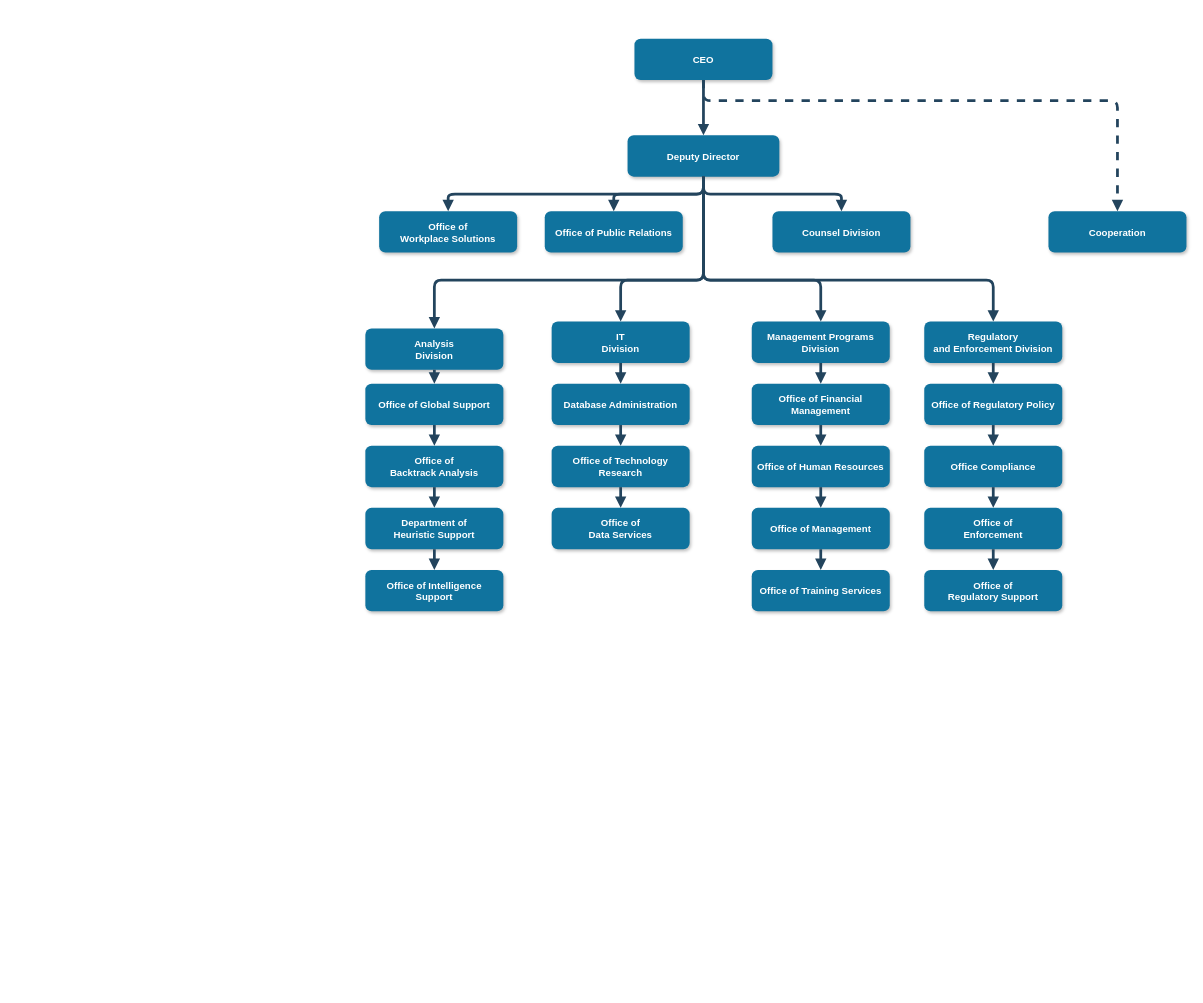
Before: Untitled Diagram.drawio in sarojkumar999/3D_Point, a draw.io diagram. Source tidied: cells renumbered, new cells numbered last; positions are measured from the earlier drawing's top-left corner, leaving out a move shared by most shapes. Both pictures are drawn from the tidied source at 69%, with x=0, y=0 at pixel (365, 39).
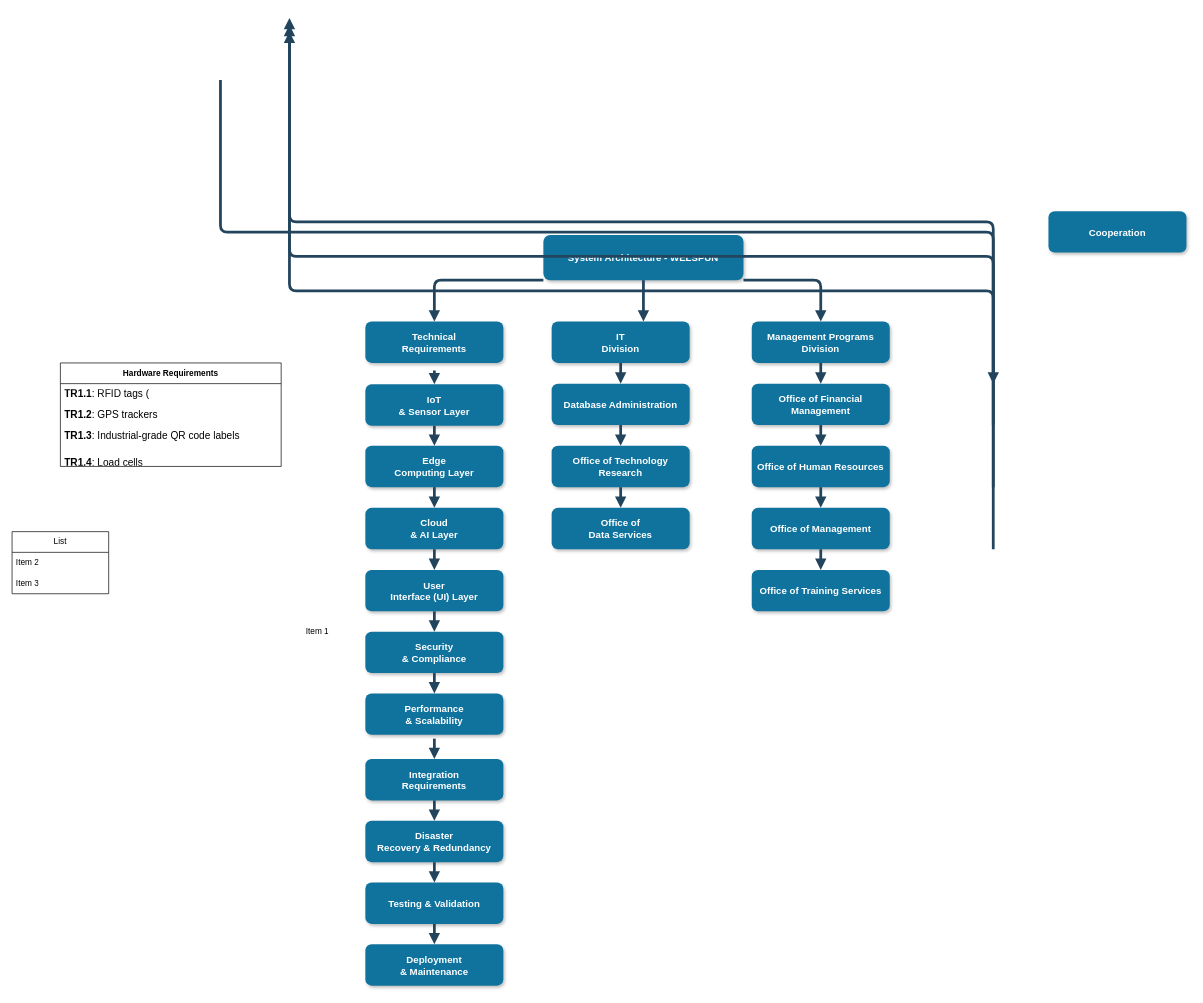
The same page after the edit.

The change refers to these unchanged cells:
```xml
<mxCell id="7" value="Cooperation" style="rounded=1;fillColor=#10739E;strokeColor=none;shadow=1;gradientColor=none;fontStyle=1;fontColor=#FFFFFF;fontSize=14;" parent="1" vertex="1">
  <mxGeometry x="990" y="249.5" width="200" height="60" as="geometry" />
</mxCell>
```

Change to the diagram source:
```diff
@@
-    <mxCell id="2" value="CEO" style="rounded=1;fillColor=#10739E;strokeColor=none;shadow=1;gradientColor=none;fontStyle=1;fontColor=#FFFFFF;fontSize=14;" parent="1" vertex="1">
-      <mxGeometry x="390" y="-0.5" width="200" height="60" as="geometry" />
-    </mxCell>
-    <mxCell id="3" value="Deputy Director" style="rounded=1;fillColor=#10739E;strokeColor=none;shadow=1;gradientColor=none;fontStyle=1;fontColor=#FFFFFF;fontSize=14;" parent="1" vertex="1">
-      <mxGeometry x="380" y="139.5" width="220" height="60" as="geometry" />
+    <mxCell id="3" value="System Architecture - WELSPUN" style="rounded=1;fillColor=#10739E;strokeColor=none;shadow=1;gradientColor=none;fontStyle=1;fontColor=#FFFFFF;fontSize=14;" parent="1" vertex="1">
+      <mxGeometry x="258" y="284" width="290" height="65.5" as="geometry" />
     </mxCell>
-    <mxCell id="4" value="Office of &#10;Workplace Solutions" style="rounded=1;fillColor=#10739E;strokeColor=none;shadow=1;gradientColor=none;fontStyle=1;fontColor=#FFFFFF;fontSize=14;" parent="1" vertex="1">
-      <mxGeometry x="20" y="249.5" width="200" height="60" as="geometry" />
-    </mxCell>
-    <mxCell id="5" value="Office of Public Relations" style="rounded=1;fillColor=#10739E;strokeColor=none;shadow=1;gradientColor=none;fontStyle=1;fontColor=#FFFFFF;fontSize=14;" parent="1" vertex="1">
-      <mxGeometry x="260" y="249.5" width="200" height="60" as="geometry" />
-    </mxCell>
-    <mxCell id="6" value="Counsel Division" style="rounded=1;fillColor=#10739E;strokeColor=none;shadow=1;gradientColor=none;fontStyle=1;fontColor=#FFFFFF;fontSize=14;" parent="1" vertex="1">
-      <mxGeometry x="590" y="249.5" width="200" height="60" as="geometry" />
-    </mxCell>
@@
-    <mxCell id="8" value="Analysis &#10;Division" style="rounded=1;fillColor=#10739E;strokeColor=none;shadow=1;gradientColor=none;fontStyle=1;fontColor=#FFFFFF;fontSize=14;" parent="1" vertex="1">
-      <mxGeometry y="419.5" width="200" height="60" as="geometry" />
+    <mxCell id="8" value="Technical&#10;Requirements" style="rounded=1;fillColor=#10739E;strokeColor=none;shadow=1;gradientColor=none;fontStyle=1;fontColor=#FFFFFF;fontSize=14;" parent="1" vertex="1">
+      <mxGeometry y="409.5" width="200" height="60" as="geometry" />
     </mxCell>
-    <mxCell id="9" value="Office of Global Support" style="rounded=1;fillColor=#10739E;strokeColor=none;shadow=1;gradientColor=none;fontStyle=1;fontColor=#FFFFFF;fontSize=14;" parent="1" vertex="1">
-      <mxGeometry y="499.5" width="200" height="60" as="geometry" />
+    <mxCell id="9" value="IoT&#10;&amp; Sensor Layer" style="rounded=1;fillColor=#10739E;strokeColor=none;shadow=1;gradientColor=none;fontStyle=1;fontColor=#FFFFFF;fontSize=14;" parent="1" vertex="1">
+      <mxGeometry y="500.5" width="200" height="60" as="geometry" />
     </mxCell>
-    <mxCell id="10" value="Office of &#10;Backtrack Analysis" style="rounded=1;fillColor=#10739E;strokeColor=none;shadow=1;gradientColor=none;fontStyle=1;fontColor=#FFFFFF;fontSize=14;" parent="1" vertex="1">
+    <mxCell id="10" value="Edge&#10;Computing Layer" style="rounded=1;fillColor=#10739E;strokeColor=none;shadow=1;gradientColor=none;fontStyle=1;fontColor=#FFFFFF;fontSize=14;" parent="1" vertex="1">
       <mxGeometry y="589.5" width="200" height="60" as="geometry" />
     </mxCell>
-    <mxCell id="11" value="Department of &#10;Heuristic Support" style="rounded=1;fillColor=#10739E;strokeColor=none;shadow=1;gradientColor=none;fontStyle=1;fontColor=#FFFFFF;fontSize=14;" parent="1" vertex="1">
+    <mxCell id="11" value="Cloud&#10;&amp; AI Layer" style="rounded=1;fillColor=#10739E;strokeColor=none;shadow=1;gradientColor=none;fontStyle=1;fontColor=#FFFFFF;fontSize=14;" parent="1" vertex="1">
       <mxGeometry y="679.5" width="200" height="60" as="geometry" />
     </mxCell>
-    <mxCell id="12" value="Office of Intelligence &#10;Support" style="rounded=1;fillColor=#10739E;strokeColor=none;shadow=1;gradientColor=none;fontStyle=1;fontColor=#FFFFFF;fontSize=14;" parent="1" vertex="1">
+    <mxCell id="12" value="User&#10;Interface (UI) Layer" style="rounded=1;fillColor=#10739E;strokeColor=none;shadow=1;gradientColor=none;fontStyle=1;fontColor=#FFFFFF;fontSize=14;" parent="1" vertex="1">
       <mxGeometry y="769.5" width="200" height="60" as="geometry" />
     </mxCell>
@@
-    <mxCell id="22" value="Regulatory &#10;and Enforcement Division" style="rounded=1;fillColor=#10739E;strokeColor=none;shadow=1;gradientColor=none;fontStyle=1;fontColor=#FFFFFF;fontSize=14;" parent="1" vertex="1">
-      <mxGeometry x="810" y="409.5" width="200" height="60" as="geometry" />
-    </mxCell>
-    <mxCell id="23" value="Office of Regulatory Policy" style="rounded=1;fillColor=#10739E;strokeColor=none;shadow=1;gradientColor=none;fontStyle=1;fontColor=#FFFFFF;fontSize=14;" parent="1" vertex="1">
-      <mxGeometry x="810" y="499.5" width="200" height="60" as="geometry" />
-    </mxCell>
-    <mxCell id="24" value="Office Compliance" style="rounded=1;fillColor=#10739E;strokeColor=none;shadow=1;gradientColor=none;fontStyle=1;fontColor=#FFFFFF;fontSize=14;" parent="1" vertex="1">
-      <mxGeometry x="810" y="589.5" width="200" height="60" as="geometry" />
-    </mxCell>
-    <mxCell id="25" value="Office of &#10;Enforcement" style="rounded=1;fillColor=#10739E;strokeColor=none;shadow=1;gradientColor=none;fontStyle=1;fontColor=#FFFFFF;fontSize=14;" parent="1" vertex="1">
-      <mxGeometry x="810" y="679.5" width="200" height="60" as="geometry" />
-    </mxCell>
-    <mxCell id="26" value="Office of&#10; Regulatory Support" style="rounded=1;fillColor=#10739E;strokeColor=none;shadow=1;gradientColor=none;fontStyle=1;fontColor=#FFFFFF;fontSize=14;" parent="1" vertex="1">
-      <mxGeometry x="810" y="769.5" width="200" height="60" as="geometry" />
-    </mxCell>
-    <mxCell id="27" style="edgeStyle=elbowEdgeStyle;elbow=vertical;strokeWidth=4;endArrow=block;endFill=1;fontStyle=1;strokeColor=#23445D;" parent="1" edge="1" source="2" target="3">
-      <mxGeometry x="22" y="165.5" as="geometry" />
-    </mxCell>
-    <mxCell id="28" style="edgeStyle=elbowEdgeStyle;elbow=vertical;strokeWidth=4;endArrow=block;endFill=1;fontStyle=1;strokeColor=#23445D;" parent="1" edge="1" source="3" target="5">
-      <mxGeometry x="22" y="165.5" as="geometry" />
-    </mxCell>
-    <mxCell id="29" style="edgeStyle=elbowEdgeStyle;elbow=vertical;strokeWidth=4;endArrow=block;endFill=1;fontStyle=1;strokeColor=#23445D;" parent="1" edge="1" source="3" target="4">
-      <mxGeometry x="22" y="165.5" as="geometry" />
-    </mxCell>
-    <mxCell id="30" style="edgeStyle=elbowEdgeStyle;elbow=vertical;strokeWidth=4;endArrow=block;endFill=1;fontStyle=1;strokeColor=#23445D;" parent="1" edge="1" source="3" target="6">
-      <mxGeometry x="22" y="165.5" as="geometry" />
-    </mxCell>
-    <mxCell id="31" style="edgeStyle=elbowEdgeStyle;elbow=vertical;strokeWidth=4;endArrow=block;endFill=1;fontStyle=1;dashed=1;strokeColor=#23445D;" parent="1" edge="1" source="2" target="7">
-      <mxGeometry x="22" y="165.5" as="geometry">
-        <Array as="points">
-          <mxPoint x="780" y="89.5" />
-        </Array>
-      </mxGeometry>
-    </mxCell>
@@
-    <mxCell id="33" style="edgeStyle=elbowEdgeStyle;elbow=vertical;strokeWidth=4;endArrow=block;endFill=1;fontStyle=1;strokeColor=#23445D;" parent="1" edge="1" source="3" target="22">
-      <mxGeometry x="22" y="165.5" as="geometry">
-        <Array as="points">
-          <mxPoint x="690" y="349.5" />
-        </Array>
-      </mxGeometry>
-    </mxCell>
-    <mxCell id="34" style="edgeStyle=elbowEdgeStyle;elbow=vertical;strokeWidth=4;endArrow=block;endFill=1;fontStyle=1;strokeColor=#23445D;" parent="1" edge="1" source="8" target="9">
-      <mxGeometry x="62" y="165.5" as="geometry" />
+    <mxCell id="34" style="edgeStyle=elbowEdgeStyle;elbow=vertical;strokeWidth=4;endArrow=block;endFill=1;fontStyle=1;strokeColor=#23445D;" parent="1" edge="1" target="9">
+      <mxGeometry x="62" y="165.5" as="geometry">
+        <mxPoint x="100" y="480.5" as="sourcePoint" />
+      </mxGeometry>
     </mxCell>
@@
-    <mxCell id="45" style="edgeStyle=elbowEdgeStyle;elbow=vertical;strokeWidth=4;endArrow=block;endFill=1;fontStyle=1;strokeColor=#23445D;" parent="1" edge="1" source="22" target="23">
-      <mxGeometry x="72" y="165.5" as="geometry" />
+    <mxCell id="45" style="edgeStyle=elbowEdgeStyle;elbow=vertical;strokeWidth=4;endArrow=block;endFill=1;fontStyle=1;strokeColor=#23445D;" parent="1" edge="1">
+      <mxGeometry x="72" y="165.5" as="geometry">
+        <mxPoint x="-210" y="59.5" as="sourcePoint" />
+        <mxPoint x="910" y="499.5" as="targetPoint" />
+      </mxGeometry>
     </mxCell>
-    <mxCell id="46" style="edgeStyle=elbowEdgeStyle;elbow=vertical;strokeWidth=4;endArrow=block;endFill=1;fontStyle=1;strokeColor=#23445D;" parent="1" edge="1" source="23" target="24">
-      <mxGeometry x="72" y="175.5" as="geometry" />
+    <mxCell id="46" style="edgeStyle=elbowEdgeStyle;elbow=vertical;strokeWidth=4;endArrow=block;endFill=1;fontStyle=1;strokeColor=#23445D;" parent="1" edge="1">
+      <mxGeometry x="72" y="175.5" as="geometry">
+        <mxPoint x="910" y="559.5" as="sourcePoint" />
+        <mxPoint x="-110" y="-30.5" as="targetPoint" />
+      </mxGeometry>
     </mxCell>
-    <mxCell id="47" style="edgeStyle=elbowEdgeStyle;elbow=vertical;strokeWidth=4;endArrow=block;endFill=1;fontStyle=1;strokeColor=#23445D;" parent="1" edge="1" source="24" target="25">
-      <mxGeometry x="72" y="185.5" as="geometry" />
+    <mxCell id="47" style="edgeStyle=elbowEdgeStyle;elbow=vertical;strokeWidth=4;endArrow=block;endFill=1;fontStyle=1;strokeColor=#23445D;" parent="1" edge="1">
+      <mxGeometry x="72" y="185.5" as="geometry">
+        <mxPoint x="910" y="649.5" as="sourcePoint" />
+        <mxPoint x="-110" y="-20.5" as="targetPoint" />
+      </mxGeometry>
     </mxCell>
-    <mxCell id="48" style="edgeStyle=elbowEdgeStyle;elbow=vertical;strokeWidth=4;endArrow=block;endFill=1;fontStyle=1;strokeColor=#23445D;" parent="1" edge="1" source="25" target="26">
-      <mxGeometry x="72" y="195.5" as="geometry" />
+    <mxCell id="48" style="edgeStyle=elbowEdgeStyle;elbow=vertical;strokeWidth=4;endArrow=block;endFill=1;fontStyle=1;strokeColor=#23445D;" parent="1" edge="1">
+      <mxGeometry x="72" y="195.5" as="geometry">
+        <mxPoint x="910" y="739.5" as="sourcePoint" />
+        <mxPoint x="-110" y="-10.5" as="targetPoint" />
+      </mxGeometry>
     </mxCell>
@@
+    <mxCell id="51" value="Security&#10;&amp; Compliance" style="rounded=1;fillColor=#10739E;strokeColor=none;shadow=1;gradientColor=none;fontStyle=1;fontColor=#FFFFFF;fontSize=14;" parent="1" vertex="1">
+      <mxGeometry y="859" width="200" height="60" as="geometry" />
+    </mxCell>
+    <mxCell id="52" style="edgeStyle=elbowEdgeStyle;elbow=vertical;strokeWidth=4;endArrow=block;endFill=1;fontStyle=1;strokeColor=#23445D;" parent="1" edge="1" target="51">
+      <mxGeometry x="62" y="195.5" as="geometry">
+        <mxPoint x="100" y="829.5" as="sourcePoint" />
+      </mxGeometry>
+    </mxCell>
+    <mxCell id="53" value="Performance&#10;&amp; Scalability" style="rounded=1;fillColor=#10739E;strokeColor=none;shadow=1;gradientColor=none;fontStyle=1;fontColor=#FFFFFF;fontSize=14;" parent="1" vertex="1">
+      <mxGeometry y="948.5" width="200" height="60" as="geometry" />
+    </mxCell>
+    <mxCell id="54" style="edgeStyle=elbowEdgeStyle;elbow=vertical;strokeWidth=4;endArrow=block;endFill=1;fontStyle=1;strokeColor=#23445D;" parent="1" edge="1" target="53">
+      <mxGeometry x="62" y="195.5" as="geometry">
+        <mxPoint x="100" y="919" as="sourcePoint" />
+      </mxGeometry>
+    </mxCell>
+    <mxCell id="55" value="Integration&#10;Requirements" style="rounded=1;fillColor=#10739E;strokeColor=none;shadow=1;gradientColor=none;fontStyle=1;fontColor=#FFFFFF;fontSize=14;" parent="1" vertex="1">
+      <mxGeometry y="1043.5" width="200" height="60" as="geometry" />
+    </mxCell>
+    <mxCell id="56" style="edgeStyle=elbowEdgeStyle;elbow=vertical;strokeWidth=4;endArrow=block;endFill=1;fontStyle=1;strokeColor=#23445D;" parent="1" edge="1" target="55">
+      <mxGeometry x="62" y="195.5" as="geometry">
+        <mxPoint x="100" y="1014" as="sourcePoint" />
+      </mxGeometry>
+    </mxCell>
+    <mxCell id="57" value="Disaster&#10;Recovery &amp; Redundancy" style="rounded=1;fillColor=#10739E;strokeColor=none;shadow=1;gradientColor=none;fontStyle=1;fontColor=#FFFFFF;fontSize=14;" parent="1" vertex="1">
+      <mxGeometry y="1133" width="200" height="60" as="geometry" />
+    </mxCell>
+    <mxCell id="58" style="edgeStyle=elbowEdgeStyle;elbow=vertical;strokeWidth=4;endArrow=block;endFill=1;fontStyle=1;strokeColor=#23445D;" parent="1" edge="1" target="57">
+      <mxGeometry x="62" y="195.5" as="geometry">
+        <mxPoint x="100" y="1103.5" as="sourcePoint" />
+      </mxGeometry>
+    </mxCell>
+    <mxCell id="59" value="Testing &amp; Validation" style="rounded=1;fillColor=#10739E;strokeColor=none;shadow=1;gradientColor=none;fontStyle=1;fontColor=#FFFFFF;fontSize=14;" parent="1" vertex="1">
+      <mxGeometry y="1222.5" width="200" height="60" as="geometry" />
+    </mxCell>
+    <mxCell id="60" style="edgeStyle=elbowEdgeStyle;elbow=vertical;strokeWidth=4;endArrow=block;endFill=1;fontStyle=1;strokeColor=#23445D;" parent="1" edge="1" target="59">
+      <mxGeometry x="62" y="195.5" as="geometry">
+        <mxPoint x="100" y="1193" as="sourcePoint" />
+      </mxGeometry>
+    </mxCell>
+    <mxCell id="61" value="Deployment&#10;&amp; Maintenance" style="rounded=1;fillColor=#10739E;strokeColor=none;shadow=1;gradientColor=none;fontStyle=1;fontColor=#FFFFFF;fontSize=14;" parent="1" vertex="1">
+      <mxGeometry y="1312" width="200" height="60" as="geometry" />
+    </mxCell>
+    <mxCell id="62" style="edgeStyle=elbowEdgeStyle;elbow=vertical;strokeWidth=4;endArrow=block;endFill=1;fontStyle=1;strokeColor=#23445D;" parent="1" edge="1" target="61">
+      <mxGeometry x="62" y="195.5" as="geometry">
+        <mxPoint x="100" y="1282.5" as="sourcePoint" />
+      </mxGeometry>
+    </mxCell>
+    <mxCell id="63" value="List" style="swimlane;fontStyle=0;horizontal=1;startSize=30;whiteSpace=wrap;html=1;" parent="1" vertex="1">
+      <mxGeometry x="-512" y="714" width="140" height="90" as="geometry" />
+    </mxCell>
+    <mxCell id="64" value="Item 2" style="text;strokeColor=none;fillColor=none;align=left;verticalAlign=middle;spacingLeft=4;spacingRight=4;overflow=hidden;whiteSpace=wrap;html=1;" parent="63" vertex="1">
+      <mxGeometry y="30" width="140" height="30" as="geometry" />
+    </mxCell>
+    <mxCell id="65" value="Item 3" style="text;strokeColor=none;fillColor=none;align=left;verticalAlign=middle;spacingLeft=4;spacingRight=4;overflow=hidden;whiteSpace=wrap;html=1;" parent="63" vertex="1">
+      <mxGeometry y="60" width="140" height="30" as="geometry" />
+    </mxCell>
+    <mxCell id="66" value="&lt;p class=&quot;MsoNormal&quot;&gt;&lt;b&gt;Hardware Requirements&lt;/b&gt;&lt;/p&gt;" style="swimlane;fontStyle=0;horizontal=1;startSize=30;whiteSpace=wrap;html=1;" parent="1" vertex="1">
+      <mxGeometry x="-442" y="469.5" width="320" height="150" as="geometry" />
+    </mxCell>
+    <mxCell id="67" value="&lt;b&gt;&lt;span style=&quot;font-size:11.0pt;line-height:107%;&lt;br/&gt;font-family:&amp;quot;Aptos&amp;quot;,sans-serif;mso-ascii-theme-font:minor-latin;mso-fareast-font-family:&lt;br/&gt;Aptos;mso-fareast-theme-font:minor-latin;mso-hansi-theme-font:minor-latin;&lt;br/&gt;mso-bidi-font-family:&amp;quot;Times New Roman&amp;quot;;mso-bidi-theme-font:minor-bidi;&lt;br/&gt;mso-ansi-language:EN-IN;mso-fareast-language:EN-US;mso-bidi-language:AR-SA&quot;&gt;TR1.1&lt;/span&gt;&lt;/b&gt;&lt;span style=&quot;font-size:11.0pt;line-height:107%;font-family:&amp;quot;Aptos&amp;quot;,sans-serif;&lt;br/&gt;mso-ascii-theme-font:minor-latin;mso-fareast-font-family:Aptos;mso-fareast-theme-font:&lt;br/&gt;minor-latin;mso-hansi-theme-font:minor-latin;mso-bidi-font-family:&amp;quot;Times New Roman&amp;quot;;&lt;br/&gt;mso-bidi-theme-font:minor-bidi;mso-ansi-language:EN-IN;mso-fareast-language:&lt;br/&gt;EN-US;mso-bidi-language:AR-SA&quot;&gt;: RFID tags (&lt;/span&gt;" style="text;strokeColor=none;fillColor=none;align=left;verticalAlign=middle;spacingLeft=4;spacingRight=4;overflow=hidden;whiteSpace=wrap;html=1;" parent="66" vertex="1">
+      <mxGeometry y="30" width="320" height="30" as="geometry" />
+    </mxCell>
+    <mxCell id="68" value="&lt;b&gt;&lt;span style=&quot;font-size:11.0pt;line-height:107%;&lt;br/&gt;font-family:&amp;quot;Aptos&amp;quot;,sans-serif;mso-ascii-theme-font:minor-latin;mso-fareast-font-family:&lt;br/&gt;Aptos;mso-fareast-theme-font:minor-latin;mso-hansi-theme-font:minor-latin;&lt;br/&gt;mso-bidi-font-family:&amp;quot;Times New Roman&amp;quot;;mso-bidi-theme-font:minor-bidi;&lt;br/&gt;mso-ansi-language:EN-IN;mso-fareast-language:EN-US;mso-bidi-language:AR-SA&quot;&gt;TR1.2&lt;/span&gt;&lt;/b&gt;&lt;span style=&quot;font-size:11.0pt;line-height:107%;font-family:&amp;quot;Aptos&amp;quot;,sans-serif;&lt;br/&gt;mso-ascii-theme-font:minor-latin;mso-fareast-font-family:Aptos;mso-fareast-theme-font:&lt;br/&gt;minor-latin;mso-hansi-theme-font:minor-latin;mso-bidi-font-family:&amp;quot;Times New Roman&amp;quot;;&lt;br/&gt;mso-bidi-theme-font:minor-bidi;mso-ansi-language:EN-IN;mso-fareast-language:&lt;br/&gt;EN-US;mso-bidi-language:AR-SA&quot;&gt;: GPS trackers&amp;nbsp;&lt;/span&gt;" style="text;strokeColor=none;fillColor=none;align=left;verticalAlign=middle;spacingLeft=4;spacingRight=4;overflow=hidden;whiteSpace=wrap;html=1;" parent="66" vertex="1">
+      <mxGeometry y="60" width="320" height="30" as="geometry" />
+    </mxCell>
+    <mxCell id="69" value="&lt;b&gt;&lt;span style=&quot;font-size:11.0pt;line-height:107%;&lt;br/&gt;font-family:&amp;quot;Aptos&amp;quot;,sans-serif;mso-ascii-theme-font:minor-latin;mso-fareast-font-family:&lt;br/&gt;Aptos;mso-fareast-theme-font:minor-latin;mso-hansi-theme-font:minor-latin;&lt;br/&gt;mso-bidi-font-family:&amp;quot;Times New Roman&amp;quot;;mso-bidi-theme-font:minor-bidi;&lt;br/&gt;mso-ansi-language:EN-IN;mso-fareast-language:EN-US;mso-bidi-language:AR-SA&quot;&gt;TR1.3&lt;/span&gt;&lt;/b&gt;&lt;span style=&quot;font-size:11.0pt;line-height:107%;font-family:&amp;quot;Aptos&amp;quot;,sans-serif;&lt;br/&gt;mso-ascii-theme-font:minor-latin;mso-fareast-font-family:Aptos;mso-fareast-theme-font:&lt;br/&gt;minor-latin;mso-hansi-theme-font:minor-latin;mso-bidi-font-family:&amp;quot;Times New Roman&amp;quot;;&lt;br/&gt;mso-bidi-theme-font:minor-bidi;mso-ansi-language:EN-IN;mso-fareast-language:&lt;br/&gt;EN-US;mso-bidi-language:AR-SA&quot;&gt;: Industrial-grade QR code labels&amp;nbsp;&lt;/span&gt;" style="text;strokeColor=none;fillColor=none;align=left;verticalAlign=middle;spacingLeft=4;spacingRight=4;overflow=hidden;whiteSpace=wrap;html=1;" parent="66" vertex="1">
+      <mxGeometry y="90" width="320" height="30" as="geometry" />
+    </mxCell>
+    <mxCell id="70" value="&#10;&lt;b&gt;&lt;span style=&quot;font-size:11.0pt;line-height:107%;&#10;font-family:&amp;quot;Aptos&amp;quot;,sans-serif;mso-ascii-theme-font:minor-latin;mso-fareast-font-family:&#10;Aptos;mso-fareast-theme-font:minor-latin;mso-hansi-theme-font:minor-latin;&#10;mso-bidi-font-family:&amp;quot;Times New Roman&amp;quot;;mso-bidi-theme-font:minor-bidi;&#10;mso-ansi-language:EN-IN;mso-fareast-language:EN-US;mso-bidi-language:AR-SA&quot;&gt;TR1.4&lt;/span&gt;&lt;/b&gt;&lt;span style=&quot;font-size:11.0pt;line-height:107%;font-family:&amp;quot;Aptos&amp;quot;,sans-serif;&#10;mso-ascii-theme-font:minor-latin;mso-fareast-font-family:Aptos;mso-fareast-theme-font:&#10;minor-latin;mso-hansi-theme-font:minor-latin;mso-bidi-font-family:&amp;quot;Times New Roman&amp;quot;;&#10;mso-bidi-theme-font:minor-bidi;mso-ansi-language:EN-IN;mso-fareast-language:&#10;EN-US;mso-bidi-language:AR-SA&quot;&gt;: Load cells &lt;/span&gt;&#10;&#10;&#10;&#10;" style="text;strokeColor=none;fillColor=none;align=left;verticalAlign=middle;spacingLeft=4;spacingRight=4;overflow=hidden;whiteSpace=wrap;html=1;" parent="66" vertex="1">
+      <mxGeometry y="120" width="320" height="30" as="geometry" />
+    </mxCell>
+    <mxCell id="71" value="Item 1" style="text;strokeColor=none;fillColor=none;align=left;verticalAlign=middle;spacingLeft=4;spacingRight=4;overflow=hidden;whiteSpace=wrap;html=1;" parent="1" vertex="1">
+      <mxGeometry x="-92" y="844" width="140" height="30" as="geometry" />
+    </mxCell>
```
